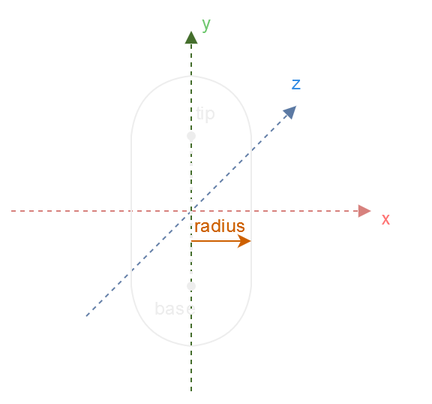
This is source/assets/collider_capsule.png from Team-Nutshell/nutshellengine-docs, a draw.io export, as it was before one commit. Source tidied: cells renumbered, new cells last; positions are measured from the earlier drawing's top-left corner, leaving out a move shared by most shapes.
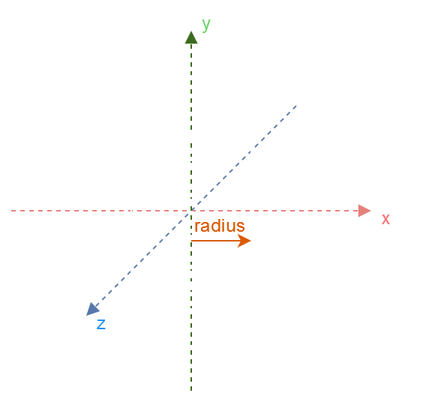
After the commit.

Commit message:
fix coordinate system in collider diagrams

Change to the diagram source:
```diff
@@ -2,20 +2,20 @@
   <root>
     <mxCell id="0" />
     <mxCell id="1" parent="0" />
-    <mxCell id="2" style="endArrow=block;dashed=1;html=1;rounded=0;startArrow=none;startFill=0;endFill=1;fillColor=#f8cecc;strokeColor=#b85450;" parent="1" edge="1">
-      <mxGeometry relative="1" as="geometry">
-        <mxPoint y="140" as="sourcePoint" />
-        <mxPoint x="240" y="140" as="targetPoint" />
-      </mxGeometry>
-    </mxCell>
-    <mxCell id="3" style="endArrow=block;dashed=1;html=1;rounded=0;startArrow=none;startFill=0;endFill=1;fillColor=#dae8fc;strokeColor=#6c8ebf;" parent="1" edge="1">
-      <mxGeometry relative="1" as="geometry">
-        <mxPoint x="50" y="210" as="sourcePoint" />
-        <mxPoint x="190" y="70" as="targetPoint" />
-      </mxGeometry>
-    </mxCell>
+    <mxCell id="22" style="endArrow=block;dashed=1;html=1;rounded=0;startArrow=none;startFill=0;endFill=1;fillColor=#f8cecc;strokeColor=#b85450;" parent="1" edge="1">
+      <mxGeometry relative="1" as="geometry">
+        <mxPoint y="140" as="sourcePoint" />
+        <mxPoint x="240" y="140" as="targetPoint" />
+      </mxGeometry>
+    </mxCell>
+    <mxCell id="23" style="endArrow=block;dashed=1;html=1;rounded=0;startArrow=none;startFill=0;endFill=1;fillColor=#dae8fc;strokeColor=#6c8ebf;" parent="1" edge="1">
+      <mxGeometry relative="1" as="geometry">
+        <mxPoint x="190" y="70" as="sourcePoint" />
+        <mxPoint x="50" y="210" as="targetPoint" />
+      </mxGeometry>
+    </mxCell>
     <mxCell id="4" value="&lt;font color=&quot;#268bf0&quot;&gt;z&lt;/font&gt;" style="text;html=1;align=center;verticalAlign=middle;whiteSpace=wrap;rounded=0;" parent="1" vertex="1">
-      <mxGeometry x="160" y="40" width="60" height="30" as="geometry" />
+      <mxGeometry x="30" y="200" width="60" height="30" as="geometry" />
     </mxCell>
     <mxCell id="5" value="x" style="text;html=1;strokeColor=none;fillColor=none;align=center;verticalAlign=middle;whiteSpace=wrap;rounded=0;fontColor=#FF3333;" parent="1" vertex="1">
       <mxGeometry x="220" y="130" width="60" height="30" as="geometry" />
@@ -23,81 +23,81 @@
     <mxCell id="6" value="y" style="text;html=1;strokeColor=none;fillColor=none;align=center;verticalAlign=middle;whiteSpace=wrap;rounded=0;fontColor=#006600;" parent="1" vertex="1">
       <mxGeometry x="100" width="60" height="30" as="geometry" />
     </mxCell>
-    <mxCell id="7" style="endArrow=none;html=1;rounded=0;entryX=1;entryY=0;entryDx=0;entryDy=0;exitDx=0;exitDy=0;exitPerimeter=0;" parent="1" edge="1">
-      <mxGeometry relative="1" as="geometry">
-        <mxPoint x="190" y="100" as="sourcePoint" />
-        <mxPoint x="190" y="100" as="targetPoint" />
-      </mxGeometry>
-    </mxCell>
-    <mxCell id="8" style="endArrow=block;dashed=1;html=1;rounded=0;startArrow=none;startFill=0;endFill=1;fillColor=#d5e8d4;strokeColor=#82b366;" parent="1" edge="1">
-      <mxGeometry relative="1" as="geometry">
-        <mxPoint x="120" y="260" as="sourcePoint" />
-        <mxPoint x="120" y="20" as="targetPoint" />
-      </mxGeometry>
-    </mxCell>
-    <mxCell id="9" style="endArrow=none;html=1;rounded=0;exitX=0;exitY=0.5;exitDx=0;exitDy=0;entryX=0;entryY=0.5;entryDx=0;entryDy=0;" parent="1" edge="1">
-      <mxGeometry relative="1" as="geometry">
-        <mxPoint x="80" y="190" as="sourcePoint" />
-        <mxPoint x="80" y="90" as="targetPoint" />
-      </mxGeometry>
-    </mxCell>
-    <mxCell id="10" style="endArrow=none;html=1;rounded=0;exitX=1;exitY=0.5;exitDx=0;exitDy=0;entryX=1;entryY=0.5;entryDx=0;entryDy=0;" parent="1" edge="1">
-      <mxGeometry relative="1" as="geometry">
-        <mxPoint x="160" y="190" as="sourcePoint" />
-        <mxPoint x="160" y="90" as="targetPoint" />
-      </mxGeometry>
-    </mxCell>
-    <mxCell id="11" style="curved=1;endArrow=none;html=1;rounded=0;endFill=0;entryX=0.5;entryY=0;entryDx=0;entryDy=0;exitX=0;exitY=0.5;exitDx=0;exitDy=0;" parent="1" edge="1">
-      <mxGeometry relative="1" as="geometry">
-        <mxPoint x="80" y="90" as="sourcePoint" />
-        <mxPoint x="120" y="50" as="targetPoint" />
-        <Array as="points">
-          <mxPoint x="84" y="54" />
-        </Array>
-      </mxGeometry>
-    </mxCell>
-    <mxCell id="12" style="curved=1;endArrow=none;html=1;rounded=0;endFill=0;entryX=0.5;entryY=0;entryDx=0;entryDy=0;exitX=0;exitY=0.5;exitDx=0;exitDy=0;" parent="1" edge="1">
-      <mxGeometry relative="1" as="geometry">
-        <mxPoint x="160" y="90" as="sourcePoint" />
-        <mxPoint x="120" y="50" as="targetPoint" />
-        <Array as="points">
-          <mxPoint x="156" y="54" />
-        </Array>
-      </mxGeometry>
-    </mxCell>
-    <mxCell id="13" style="curved=1;endArrow=none;html=1;rounded=0;endFill=0;entryX=0.5;entryY=0;entryDx=0;entryDy=0;exitX=0;exitY=0.5;exitDx=0;exitDy=0;" parent="1" edge="1">
-      <mxGeometry relative="1" as="geometry">
-        <mxPoint x="160" y="190" as="sourcePoint" />
-        <mxPoint x="120" y="230" as="targetPoint" />
-        <Array as="points">
-          <mxPoint x="156" y="226" />
-        </Array>
-      </mxGeometry>
-    </mxCell>
-    <mxCell id="14" style="curved=1;endArrow=none;html=1;rounded=0;endFill=0;entryX=0.5;entryY=0;entryDx=0;entryDy=0;exitX=0;exitY=0.5;exitDx=0;exitDy=0;" parent="1" edge="1">
-      <mxGeometry relative="1" as="geometry">
-        <mxPoint x="80" y="190" as="sourcePoint" />
-        <mxPoint x="120" y="230" as="targetPoint" />
-        <Array as="points">
-          <mxPoint x="84" y="226" />
-        </Array>
-      </mxGeometry>
-    </mxCell>
-    <mxCell id="15" style="shape=waypoint;sketch=0;fillStyle=solid;size=6;points=[];fillColor=none;perimeter=centerPerimeter;snapToPoint=1;" parent="1" vertex="1">
-      <mxGeometry x="110" y="80" width="20" height="20" as="geometry" />
-    </mxCell>
-    <mxCell id="16" style="shape=waypoint;sketch=0;fillStyle=solid;size=6;points=[];fillColor=none;perimeter=centerPerimeter;snapToPoint=1;" parent="1" vertex="1">
-      <mxGeometry x="110" y="180" width="20" height="20" as="geometry" />
-    </mxCell>
-    <mxCell id="17" style="endArrow=none;dashed=1;html=1;dashPattern=1 3;strokeWidth=2;rounded=0;" parent="1" edge="1" source="16" target="15">
-      <mxGeometry relative="1" as="geometry" />
-    </mxCell>
-    <mxCell id="18" style="endArrow=classic;html=1;rounded=0;strokeColor=#FF8000;" parent="1" edge="1">
-      <mxGeometry relative="1" as="geometry">
-        <mxPoint x="120" y="160" as="sourcePoint" />
-        <mxPoint x="160" y="160" as="targetPoint" />
-      </mxGeometry>
-    </mxCell>
+    <mxCell id="24" style="endArrow=none;html=1;rounded=0;entryX=1;entryY=0;entryDx=0;entryDy=0;exitDx=0;exitDy=0;exitPerimeter=0;" parent="1" edge="1">
+      <mxGeometry relative="1" as="geometry">
+        <mxPoint x="190" y="100" as="sourcePoint" />
+        <mxPoint x="190" y="100" as="targetPoint" />
+      </mxGeometry>
+    </mxCell>
+    <mxCell id="25" style="endArrow=block;dashed=1;html=1;rounded=0;startArrow=none;startFill=0;endFill=1;fillColor=#d5e8d4;strokeColor=#82b366;" parent="1" edge="1">
+      <mxGeometry relative="1" as="geometry">
+        <mxPoint x="120" y="260" as="sourcePoint" />
+        <mxPoint x="120" y="20" as="targetPoint" />
+      </mxGeometry>
+    </mxCell>
+    <mxCell id="26" style="endArrow=none;html=1;rounded=0;exitX=0;exitY=0.5;exitDx=0;exitDy=0;entryX=0;entryY=0.5;entryDx=0;entryDy=0;" parent="1" edge="1">
+      <mxGeometry relative="1" as="geometry">
+        <mxPoint x="80" y="190" as="sourcePoint" />
+        <mxPoint x="80" y="90" as="targetPoint" />
+      </mxGeometry>
+    </mxCell>
+    <mxCell id="27" style="endArrow=none;html=1;rounded=0;exitX=1;exitY=0.5;exitDx=0;exitDy=0;entryX=1;entryY=0.5;entryDx=0;entryDy=0;" parent="1" edge="1">
+      <mxGeometry relative="1" as="geometry">
+        <mxPoint x="160" y="190" as="sourcePoint" />
+        <mxPoint x="160" y="90" as="targetPoint" />
+      </mxGeometry>
+    </mxCell>
+    <mxCell id="28" style="curved=1;endArrow=none;html=1;rounded=0;endFill=0;entryX=0.5;entryY=0;entryDx=0;entryDy=0;exitX=0;exitY=0.5;exitDx=0;exitDy=0;" parent="1" edge="1">
+      <mxGeometry relative="1" as="geometry">
+        <mxPoint x="80" y="90" as="sourcePoint" />
+        <mxPoint x="120" y="50" as="targetPoint" />
+        <Array as="points">
+          <mxPoint x="84" y="54" />
+        </Array>
+      </mxGeometry>
+    </mxCell>
+    <mxCell id="29" style="curved=1;endArrow=none;html=1;rounded=0;endFill=0;entryX=0.5;entryY=0;entryDx=0;entryDy=0;exitX=0;exitY=0.5;exitDx=0;exitDy=0;" parent="1" edge="1">
+      <mxGeometry relative="1" as="geometry">
+        <mxPoint x="160" y="90" as="sourcePoint" />
+        <mxPoint x="120" y="50" as="targetPoint" />
+        <Array as="points">
+          <mxPoint x="156" y="54" />
+        </Array>
+      </mxGeometry>
+    </mxCell>
+    <mxCell id="30" style="curved=1;endArrow=none;html=1;rounded=0;endFill=0;entryX=0.5;entryY=0;entryDx=0;entryDy=0;exitX=0;exitY=0.5;exitDx=0;exitDy=0;" parent="1" edge="1">
+      <mxGeometry relative="1" as="geometry">
+        <mxPoint x="160" y="190" as="sourcePoint" />
+        <mxPoint x="120" y="230" as="targetPoint" />
+        <Array as="points">
+          <mxPoint x="156" y="226" />
+        </Array>
+      </mxGeometry>
+    </mxCell>
+    <mxCell id="31" style="curved=1;endArrow=none;html=1;rounded=0;endFill=0;entryX=0.5;entryY=0;entryDx=0;entryDy=0;exitX=0;exitY=0.5;exitDx=0;exitDy=0;" parent="1" edge="1">
+      <mxGeometry relative="1" as="geometry">
+        <mxPoint x="80" y="190" as="sourcePoint" />
+        <mxPoint x="120" y="230" as="targetPoint" />
+        <Array as="points">
+          <mxPoint x="84" y="226" />
+        </Array>
+      </mxGeometry>
+    </mxCell>
+    <mxCell id="32" style="shape=waypoint;sketch=0;fillStyle=solid;size=6;points=[];fillColor=none;perimeter=centerPerimeter;snapToPoint=1;" parent="1" vertex="1">
+      <mxGeometry x="110" y="80" width="20" height="20" as="geometry" />
+    </mxCell>
+    <mxCell id="33" style="shape=waypoint;sketch=0;fillStyle=solid;size=6;points=[];fillColor=none;perimeter=centerPerimeter;snapToPoint=1;" parent="1" vertex="1">
+      <mxGeometry x="110" y="180" width="20" height="20" as="geometry" />
+    </mxCell>
+    <mxCell id="34" style="endArrow=none;dashed=1;html=1;dashPattern=1 3;strokeWidth=2;rounded=0;" parent="1" edge="1" source="33" target="32">
+      <mxGeometry relative="1" as="geometry" />
+    </mxCell>
+    <mxCell id="35" style="endArrow=classic;html=1;rounded=0;strokeColor=#FF8000;" parent="1" edge="1">
+      <mxGeometry relative="1" as="geometry">
+        <mxPoint x="120" y="160" as="sourcePoint" />
+        <mxPoint x="160" y="160" as="targetPoint" />
+      </mxGeometry>
+    </mxCell>
     <mxCell id="19" value="&lt;font color=&quot;#ff8000&quot;&gt;radius&lt;/font&gt;" style="text;html=1;strokeColor=none;fillColor=none;align=center;verticalAlign=middle;whiteSpace=wrap;rounded=0;" parent="1" vertex="1">
       <mxGeometry x="110" y="135" width="60" height="30" as="geometry" />
     </mxCell>
```
